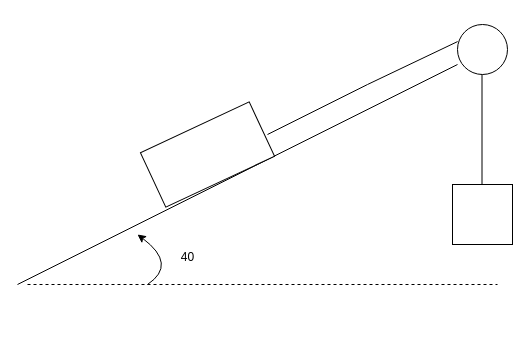
Earlier version of the draw.io diagram new1.drawio (elgenio123/diagrams). Source tidied: cells renumbered, new cells numbered last; positions are measured from the earlier drawing's top-left corner, leaving out a move shared by most shapes. Both pictures are drawn from the tidied source at 100%, with x=0, y=0 at pixel (17, 24).
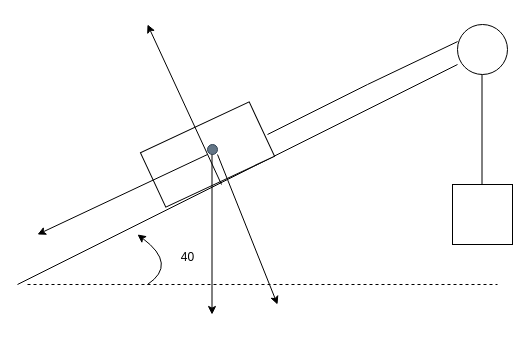
The same diagram, later.

Commit message (it also covers changes not shown here):
Mettre à jour new1.drawio

Diff of the diagram source:
```diff
@@
+    <mxCell id="11" style="endArrow=classic;html=1;rounded=0;" parent="1" edge="1">
+      <mxGeometry relative="1" as="geometry">
+        <mxPoint x="204" y="160" as="sourcePoint" />
+        <mxPoint x="130" as="targetPoint" />
+      </mxGeometry>
+    </mxCell>
+    <mxCell id="12" style="ellipse;whiteSpace=wrap;html=1;fillColor=#647687;fontColor=#ffffff;strokeColor=#314354;" parent="1" vertex="1">
+      <mxGeometry x="190" y="120" width="10" height="10" as="geometry" />
+    </mxCell>
+    <mxCell id="13" style="endArrow=classic;html=1;rounded=0;" parent="1" edge="1">
+      <mxGeometry relative="1" as="geometry">
+        <mxPoint x="194.5" y="130" as="sourcePoint" />
+        <mxPoint x="194.5" y="290" as="targetPoint" />
+      </mxGeometry>
+    </mxCell>
+    <mxCell id="14" style="endArrow=classic;html=1;rounded=0;" parent="1" edge="1">
+      <mxGeometry relative="1" as="geometry">
+        <mxPoint x="190" y="130" as="sourcePoint" />
+        <mxPoint x="20" y="210" as="targetPoint" />
+      </mxGeometry>
+    </mxCell>
+    <mxCell id="15" style="endArrow=classic;html=1;rounded=0;" parent="1" edge="1">
+      <mxGeometry relative="1" as="geometry">
+        <mxPoint x="200" y="130" as="sourcePoint" />
+        <mxPoint x="260" y="280" as="targetPoint" />
+      </mxGeometry>
+    </mxCell>
```
